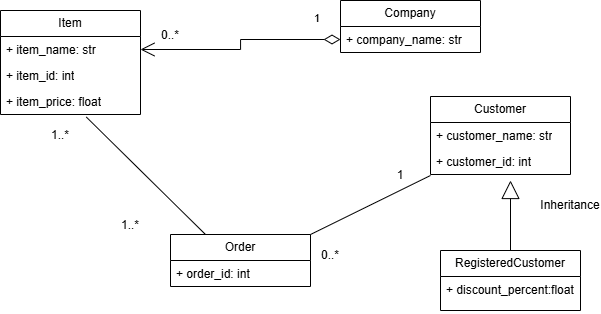
ALS-H/Design_Challenges keeps this draw.io diagram as company_order_app.drawio.png. Above is the earlier version. Source tidied: cells renumbered, new cells last; positions are measured from the earlier drawing's top-left corner, leaving out a move shared by most shapes. Its diagram source:
```xml
<mxGraphModel>
  <root>
    <mxCell id="0" />
    <mxCell id="1" parent="0" />
    <mxCell id="2" value="Item" style="swimlane;fontStyle=0;horizontal=1;startSize=26;fillColor=none;whiteSpace=wrap;html=1;" parent="1" vertex="1">
      <mxGeometry y="10" width="140" height="104" as="geometry" />
    </mxCell>
    <mxCell id="3" value="+ item_name: str" style="text;strokeColor=none;fillColor=none;align=left;verticalAlign=top;spacingLeft=4;spacingRight=4;overflow=hidden;points=[[0,0.5],[1,0.5]];portConstraint=eastwest;whiteSpace=wrap;html=1;" parent="2" vertex="1">
      <mxGeometry y="26" width="140" height="26" as="geometry" />
    </mxCell>
    <mxCell id="4" value="+ item_id: int" style="text;strokeColor=none;fillColor=none;align=left;verticalAlign=top;spacingLeft=4;spacingRight=4;overflow=hidden;whiteSpace=wrap;html=1;" parent="2" vertex="1">
      <mxGeometry y="52" width="140" height="26" as="geometry" />
    </mxCell>
    <mxCell id="5" value="+ item_price: float" style="text;strokeColor=none;fillColor=none;align=left;verticalAlign=top;spacingLeft=4;spacingRight=4;overflow=hidden;points=[[0,0.5],[1,0.5]];portConstraint=eastwest;whiteSpace=wrap;html=1;" parent="2" vertex="1">
      <mxGeometry y="78" width="140" height="26" as="geometry" />
    </mxCell>
    <mxCell id="6" value="Company" style="swimlane;fontStyle=0;horizontal=1;startSize=26;fillColor=none;whiteSpace=wrap;html=1;" parent="1" vertex="1">
      <mxGeometry x="340" width="140" height="52" as="geometry" />
    </mxCell>
    <mxCell id="7" value="+ company_name: str" style="text;strokeColor=none;fillColor=none;align=left;verticalAlign=top;spacingLeft=4;spacingRight=4;overflow=hidden;points=[[0,0.5],[1,0.5]];portConstraint=eastwest;whiteSpace=wrap;html=1;" parent="6" vertex="1">
      <mxGeometry y="26" width="140" height="26" as="geometry" />
    </mxCell>
    <mxCell id="8" value="Customer" style="swimlane;fontStyle=0;horizontal=1;startSize=26;fillColor=none;whiteSpace=wrap;html=1;" parent="1" vertex="1">
      <mxGeometry x="430" y="96" width="140" height="78" as="geometry" />
    </mxCell>
    <mxCell id="9" value="+ customer_name: str" style="text;strokeColor=none;fillColor=none;align=left;verticalAlign=top;spacingLeft=4;spacingRight=4;overflow=hidden;whiteSpace=wrap;html=1;" parent="8" vertex="1">
      <mxGeometry y="26" width="140" height="26" as="geometry" />
    </mxCell>
    <mxCell id="10" value="+ customer_id: int" style="text;strokeColor=none;fillColor=none;align=left;verticalAlign=top;spacingLeft=4;spacingRight=4;overflow=hidden;points=[[0,0.5],[1,0.5]];portConstraint=eastwest;whiteSpace=wrap;html=1;" parent="8" vertex="1">
      <mxGeometry y="52" width="140" height="26" as="geometry" />
    </mxCell>
    <mxCell id="11" value="RegisteredCustomer" style="swimlane;fontStyle=0;horizontal=1;startSize=26;fillColor=none;whiteSpace=wrap;html=1;" parent="1" vertex="1">
      <mxGeometry x="440" y="250" width="140" height="60" as="geometry" />
    </mxCell>
    <mxCell id="12" value="+ discou&lt;span style=&quot;background-color: transparent; color: light-dark(rgb(0, 0, 0), rgb(255, 255, 255));&quot;&gt;nt_percent:float&lt;/span&gt;" style="text;strokeColor=none;fillColor=none;align=left;verticalAlign=top;spacingLeft=4;spacingRight=4;overflow=hidden;whiteSpace=wrap;html=1;" parent="11" vertex="1">
      <mxGeometry y="26" width="140" height="34" as="geometry" />
    </mxCell>
    <mxCell id="13" value="Order" style="swimlane;fontStyle=0;horizontal=1;startSize=26;fillColor=none;whiteSpace=wrap;html=1;" parent="1" vertex="1">
      <mxGeometry x="170" y="234" width="140" height="52" as="geometry" />
    </mxCell>
    <mxCell id="14" value="+ order_id: int" style="text;strokeColor=none;fillColor=none;align=left;verticalAlign=top;spacingLeft=4;spacingRight=4;overflow=hidden;whiteSpace=wrap;html=1;" parent="13" vertex="1">
      <mxGeometry y="26" width="140" height="26" as="geometry" />
    </mxCell>
    <mxCell id="15" value="1" style="endArrow=open;html=1;endSize=12;startArrow=diamondThin;startSize=14;startFill=0;edgeStyle=orthogonalEdgeStyle;align=left;verticalAlign=bottom;rounded=0;entryX=1;entryY=0.5;entryDx=0;entryDy=0;exitX=0;exitY=0.5;exitDx=0;exitDy=0;" parent="1" edge="1" source="7" target="3">
      <mxGeometry x="-0.74" y="-12" relative="1" as="geometry" />
    </mxCell>
    <mxCell id="16" value="0..*" style="text;html=1;whiteSpace=wrap;strokeColor=none;fillColor=none;align=center;verticalAlign=middle;rounded=0;" parent="1" vertex="1">
      <mxGeometry x="140" y="20" width="60" height="30" as="geometry" />
    </mxCell>
    <mxCell id="17" value="0..*" style="text;html=1;whiteSpace=wrap;strokeColor=none;fillColor=none;align=center;verticalAlign=middle;rounded=0;" parent="1" vertex="1">
      <mxGeometry x="300" y="240" width="60" height="30" as="geometry" />
    </mxCell>
    <mxCell id="18" value="1..*" style="text;html=1;whiteSpace=wrap;strokeColor=none;fillColor=none;align=center;verticalAlign=middle;rounded=0;" parent="1" vertex="1">
      <mxGeometry x="30" y="120" width="60" height="30" as="geometry" />
    </mxCell>
    <mxCell id="19" style="endArrow=block;endSize=16;endFill=0;html=1;rounded=0;exitX=0.5;exitY=0;exitDx=0;exitDy=0;" parent="1" edge="1" source="11">
      <mxGeometry relative="1" as="geometry">
        <mxPoint x="510" y="180" as="targetPoint" />
      </mxGeometry>
    </mxCell>
    <mxCell id="20" value="1..*" style="text;html=1;whiteSpace=wrap;strokeColor=none;fillColor=none;align=center;verticalAlign=middle;rounded=0;" parent="1" vertex="1">
      <mxGeometry x="100" y="210" width="60" height="30" as="geometry" />
    </mxCell>
    <mxCell id="21" value="Inheritance" style="text;html=1;whiteSpace=wrap;strokeColor=none;fillColor=none;align=center;verticalAlign=middle;rounded=0;" parent="1" vertex="1">
      <mxGeometry x="540" y="190" width="60" height="30" as="geometry" />
    </mxCell>
    <mxCell id="22" style="endArrow=none;html=1;rounded=0;entryX=0.613;entryY=1.098;entryDx=0;entryDy=0;entryPerimeter=0;exitX=0.25;exitY=0;exitDx=0;exitDy=0;" parent="1" edge="1" source="13" target="5">
      <mxGeometry relative="1" as="geometry" />
    </mxCell>
    <mxCell id="23" style="endArrow=none;html=1;rounded=0;exitX=1;exitY=0;exitDx=0;exitDy=0;entryX=1;entryY=0.5;entryDx=0;entryDy=0;" parent="1" edge="1" source="13" target="24">
      <mxGeometry relative="1" as="geometry" />
    </mxCell>
    <mxCell id="24" value="1" style="text;html=1;whiteSpace=wrap;strokeColor=none;fillColor=none;align=center;verticalAlign=middle;rounded=0;" parent="1" vertex="1">
      <mxGeometry x="370" y="160" width="60" height="30" as="geometry" />
    </mxCell>
  </root>
</mxGraphModel>
```
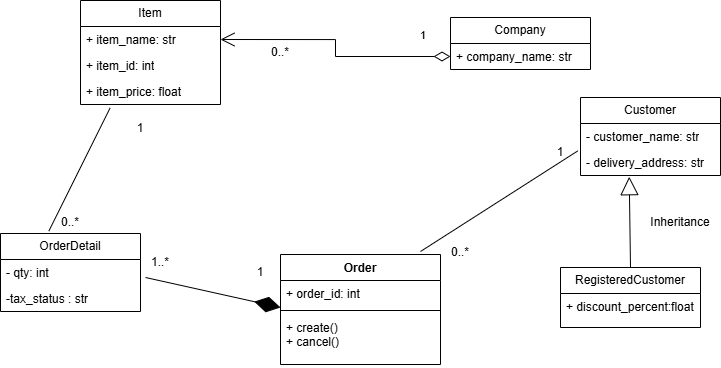
Above is the later version.

What changed in the source:
```diff
@@ -3,7 +3,7 @@
     <mxCell id="0" />
     <mxCell id="1" parent="0" />
     <mxCell id="2" value="Item" style="swimlane;fontStyle=0;horizontal=1;startSize=26;fillColor=none;whiteSpace=wrap;html=1;" parent="1" vertex="1">
-      <mxGeometry y="10" width="140" height="104" as="geometry" />
+      <mxGeometry x="-30" y="-17" width="140" height="104" as="geometry" />
     </mxCell>
     <mxCell id="3" value="+ item_name: str" style="text;strokeColor=none;fillColor=none;align=left;verticalAlign=top;spacingLeft=4;spacingRight=4;overflow=hidden;points=[[0,0.5],[1,0.5]];portConstraint=eastwest;whiteSpace=wrap;html=1;" parent="2" vertex="1">
       <mxGeometry y="26" width="140" height="26" as="geometry" />
@@ -21,26 +21,20 @@
       <mxGeometry y="26" width="140" height="26" as="geometry" />
     </mxCell>
     <mxCell id="8" value="Customer" style="swimlane;fontStyle=0;horizontal=1;startSize=26;fillColor=none;whiteSpace=wrap;html=1;" parent="1" vertex="1">
-      <mxGeometry x="430" y="96" width="140" height="78" as="geometry" />
+      <mxGeometry x="470" y="80" width="140" height="78" as="geometry" />
     </mxCell>
-    <mxCell id="9" value="+ customer_name: str" style="text;strokeColor=none;fillColor=none;align=left;verticalAlign=top;spacingLeft=4;spacingRight=4;overflow=hidden;whiteSpace=wrap;html=1;" parent="8" vertex="1">
+    <mxCell id="9" value="- customer_name: str&lt;div&gt;&lt;br&gt;&lt;/div&gt;" style="text;strokeColor=none;fillColor=none;align=left;verticalAlign=top;spacingLeft=4;spacingRight=4;overflow=hidden;whiteSpace=wrap;html=1;" parent="8" vertex="1">
       <mxGeometry y="26" width="140" height="26" as="geometry" />
     </mxCell>
-    <mxCell id="10" value="+ customer_id: int" style="text;strokeColor=none;fillColor=none;align=left;verticalAlign=top;spacingLeft=4;spacingRight=4;overflow=hidden;points=[[0,0.5],[1,0.5]];portConstraint=eastwest;whiteSpace=wrap;html=1;" parent="8" vertex="1">
+    <mxCell id="10" value="- delivery_address: str" style="text;strokeColor=none;fillColor=none;align=left;verticalAlign=top;spacingLeft=4;spacingRight=4;overflow=hidden;points=[[0,0.5],[1,0.5]];portConstraint=eastwest;whiteSpace=wrap;html=1;" parent="8" vertex="1">
       <mxGeometry y="52" width="140" height="26" as="geometry" />
     </mxCell>
     <mxCell id="11" value="RegisteredCustomer" style="swimlane;fontStyle=0;horizontal=1;startSize=26;fillColor=none;whiteSpace=wrap;html=1;" parent="1" vertex="1">
-      <mxGeometry x="440" y="250" width="140" height="60" as="geometry" />
+      <mxGeometry x="450" y="250" width="140" height="60" as="geometry" />
     </mxCell>
     <mxCell id="12" value="+ discou&lt;span style=&quot;background-color: transparent; color: light-dark(rgb(0, 0, 0), rgb(255, 255, 255));&quot;&gt;nt_percent:float&lt;/span&gt;" style="text;strokeColor=none;fillColor=none;align=left;verticalAlign=top;spacingLeft=4;spacingRight=4;overflow=hidden;whiteSpace=wrap;html=1;" parent="11" vertex="1">
       <mxGeometry y="26" width="140" height="34" as="geometry" />
     </mxCell>
-    <mxCell id="13" value="Order" style="swimlane;fontStyle=0;horizontal=1;startSize=26;fillColor=none;whiteSpace=wrap;html=1;" parent="1" vertex="1">
-      <mxGeometry x="170" y="234" width="140" height="52" as="geometry" />
-    </mxCell>
-    <mxCell id="14" value="+ order_id: int" style="text;strokeColor=none;fillColor=none;align=left;verticalAlign=top;spacingLeft=4;spacingRight=4;overflow=hidden;whiteSpace=wrap;html=1;" parent="13" vertex="1">
-      <mxGeometry y="26" width="140" height="26" as="geometry" />
-    </mxCell>
     <mxCell id="15" value="1" style="endArrow=open;html=1;endSize=12;startArrow=diamondThin;startSize=14;startFill=0;edgeStyle=orthogonalEdgeStyle;align=left;verticalAlign=bottom;rounded=0;entryX=1;entryY=0.5;entryDx=0;entryDy=0;exitX=0;exitY=0.5;exitDx=0;exitDy=0;" parent="1" edge="1" source="7" target="3">
       <mxGeometry x="-0.74" y="-12" relative="1" as="geometry" />
     </mxCell>
@@ -48,30 +42,60 @@
       <mxGeometry x="140" y="20" width="60" height="30" as="geometry" />
     </mxCell>
     <mxCell id="17" value="0..*" style="text;html=1;whiteSpace=wrap;strokeColor=none;fillColor=none;align=center;verticalAlign=middle;rounded=0;" parent="1" vertex="1">
-      <mxGeometry x="300" y="240" width="60" height="30" as="geometry" />
+      <mxGeometry x="320" y="220" width="60" height="30" as="geometry" />
     </mxCell>
-    <mxCell id="18" value="1..*" style="text;html=1;whiteSpace=wrap;strokeColor=none;fillColor=none;align=center;verticalAlign=middle;rounded=0;" parent="1" vertex="1">
-      <mxGeometry x="30" y="120" width="60" height="30" as="geometry" />
+    <mxCell id="18" value="1" style="text;html=1;whiteSpace=wrap;strokeColor=none;fillColor=none;align=center;verticalAlign=middle;rounded=0;" parent="1" vertex="1">
+      <mxGeometry y="96" width="60" height="30" as="geometry" />
     </mxCell>
-    <mxCell id="19" style="endArrow=block;endSize=16;endFill=0;html=1;rounded=0;exitX=0.5;exitY=0;exitDx=0;exitDy=0;" parent="1" edge="1" source="11">
-      <mxGeometry relative="1" as="geometry">
-        <mxPoint x="510" y="180" as="targetPoint" />
-      </mxGeometry>
+    <mxCell id="19" style="endArrow=block;endSize=16;endFill=0;html=1;rounded=0;exitX=0.5;exitY=0;exitDx=0;exitDy=0;entryX=0.348;entryY=1.047;entryDx=0;entryDy=0;entryPerimeter=0;" parent="1" edge="1" source="11" target="10">
+      <mxGeometry relative="1" as="geometry" />
     </mxCell>
+    <mxCell id="21" value="Inheritance" style="text;html=1;whiteSpace=wrap;strokeColor=none;fillColor=none;align=center;verticalAlign=middle;rounded=0;" parent="1" vertex="1">
+      <mxGeometry x="540" y="190" width="60" height="30" as="geometry" />
+    </mxCell>
+    <mxCell id="23" style="endArrow=none;html=1;rounded=0;exitX=1;exitY=0;exitDx=0;exitDy=0;entryX=-0.02;entryY=0.056;entryDx=0;entryDy=0;entryPerimeter=0;" parent="1" edge="1" target="10">
+      <mxGeometry relative="1" as="geometry">
+        <mxPoint x="310" y="234" as="sourcePoint" />
+      </mxGeometry>
+    </mxCell>
+    <mxCell id="25" value="OrderDetail" style="swimlane;fontStyle=0;horizontal=1;startSize=26;fillColor=none;whiteSpace=wrap;html=1;" parent="1" vertex="1">
+      <mxGeometry x="-110" y="216" width="140" height="78" as="geometry" />
+    </mxCell>
+    <mxCell id="26" value="- qty: int" style="text;strokeColor=none;fillColor=none;align=left;verticalAlign=top;spacingLeft=4;spacingRight=4;overflow=hidden;whiteSpace=wrap;html=1;" parent="25" vertex="1">
+      <mxGeometry y="26" width="140" height="26" as="geometry" />
+    </mxCell>
+    <mxCell id="27" value="-tax_status : str" style="text;strokeColor=none;fillColor=none;align=left;verticalAlign=top;spacingLeft=4;spacingRight=4;overflow=hidden;whiteSpace=wrap;html=1;" parent="25" vertex="1">
+      <mxGeometry y="52" width="140" height="26" as="geometry" />
+    </mxCell>
+    <mxCell id="28" value="1" style="text;html=1;whiteSpace=wrap;strokeColor=none;fillColor=none;align=center;verticalAlign=middle;rounded=0;" parent="1" vertex="1">
+      <mxGeometry x="120" y="240" width="60" height="30" as="geometry" />
+    </mxCell>
     <mxCell id="20" value="1..*" style="text;html=1;whiteSpace=wrap;strokeColor=none;fillColor=none;align=center;verticalAlign=middle;rounded=0;" parent="1" vertex="1">
-      <mxGeometry x="100" y="210" width="60" height="30" as="geometry" />
+      <mxGeometry x="20" y="230" width="60" height="30" as="geometry" />
     </mxCell>
-    <mxCell id="21" value="Inheritance" style="text;html=1;whiteSpace=wrap;strokeColor=none;fillColor=none;align=center;verticalAlign=middle;rounded=0;" parent="1" vertex="1">
-      <mxGeometry x="540" y="190" width="60" height="30" as="geometry" />
-    </mxCell>
-    <mxCell id="22" style="endArrow=none;html=1;rounded=0;entryX=0.613;entryY=1.098;entryDx=0;entryDy=0;entryPerimeter=0;exitX=0.25;exitY=0;exitDx=0;exitDy=0;" parent="1" edge="1" source="13" target="5">
-      <mxGeometry relative="1" as="geometry" />
-    </mxCell>
-    <mxCell id="23" style="endArrow=none;html=1;rounded=0;exitX=1;exitY=0;exitDx=0;exitDy=0;entryX=1;entryY=0.5;entryDx=0;entryDy=0;" parent="1" edge="1" source="13" target="24">
-      <mxGeometry relative="1" as="geometry" />
-    </mxCell>
-    <mxCell id="24" value="1" style="text;html=1;whiteSpace=wrap;strokeColor=none;fillColor=none;align=center;verticalAlign=middle;rounded=0;" parent="1" vertex="1">
-      <mxGeometry x="370" y="160" width="60" height="30" as="geometry" />
-    </mxCell>
+    <mxCell id="29" style="endArrow=none;html=1;rounded=0;entryX=0.212;entryY=1.128;entryDx=0;entryDy=0;entryPerimeter=0;exitX=0.345;exitY=-0.03;exitDx=0;exitDy=0;exitPerimeter=0;" parent="1" edge="1" source="25" target="5">
+      <mxGeometry relative="1" as="geometry" />
+    </mxCell>
+    <mxCell id="30" value="0..*" style="text;html=1;whiteSpace=wrap;strokeColor=none;fillColor=none;align=center;verticalAlign=middle;rounded=0;" parent="1" vertex="1">
+      <mxGeometry x="-70" y="190" width="60" height="30" as="geometry" />
+    </mxCell>
+    <mxCell id="31" value="1" style="text;html=1;whiteSpace=wrap;strokeColor=none;fillColor=none;align=center;verticalAlign=middle;rounded=0;" parent="1" vertex="1">
+      <mxGeometry x="420" y="120" width="60" height="30" as="geometry" />
+    </mxCell>
+    <mxCell id="13" value="Order" style="swimlane;fontStyle=1;align=center;verticalAlign=top;horizontal=1;startSize=26;whiteSpace=wrap;html=1;" parent="1" vertex="1">
+      <mxGeometry x="170" y="237" width="160" height="110" as="geometry" />
+    </mxCell>
+    <mxCell id="14" value="+ order_id: int" style="text;strokeColor=none;fillColor=none;align=left;verticalAlign=top;spacingLeft=4;spacingRight=4;overflow=hidden;whiteSpace=wrap;html=1;" parent="13" vertex="1">
+      <mxGeometry y="26" width="160" height="26" as="geometry" />
+    </mxCell>
+    <mxCell id="32" style="line;strokeWidth=1;fillColor=none;align=left;verticalAlign=middle;spacingTop=-1;spacingLeft=3;spacingRight=3;labelPosition=right;points=[];portConstraint=eastwest;strokeColor=inherit;" parent="13" vertex="1">
+      <mxGeometry y="52" width="160" height="8" as="geometry" />
+    </mxCell>
+    <mxCell id="33" value="+ create()&lt;div&gt;+ cancel()&lt;/div&gt;" style="text;strokeColor=none;fillColor=none;align=left;verticalAlign=top;spacingLeft=4;spacingRight=4;overflow=hidden;whiteSpace=wrap;html=1;" parent="13" vertex="1">
+      <mxGeometry y="60" width="160" height="50" as="geometry" />
+    </mxCell>
+    <mxCell id="34" style="endArrow=diamondThin;endFill=1;endSize=24;html=1;rounded=0;entryX=0;entryY=0.125;entryDx=0;entryDy=0;entryPerimeter=0;exitX=0.25;exitY=1;exitDx=0;exitDy=0;" parent="1" edge="1" source="20" target="32">
+      <mxGeometry relative="1" as="geometry" />
+    </mxCell>
   </root>
 </mxGraphModel>
```
